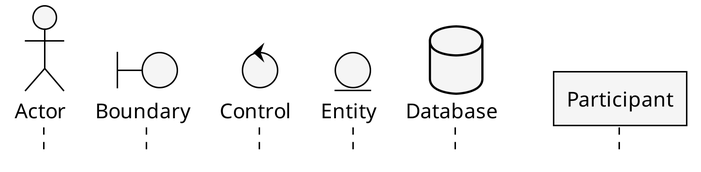
Before: sequence-diagram-01.png, a diagram exported from PlantUML (spiegel-im-spiegel/plantuml-sample). Its source is kept beside it as sequence-diagram-01.puml.
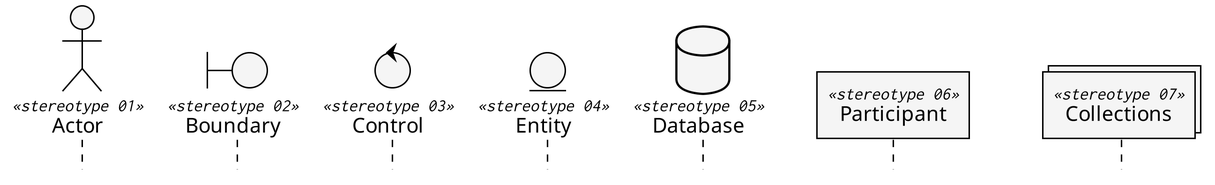
After the change.

What changed in the source:
```diff
@@ -1,10 +1,11 @@
 @startuml
 
-actor Actor
-boundary Boundary
-control Control
-entity Entity
-database Database
-participant Participant
+actor Actor <<stereotype 01>>
+boundary Boundary <<stereotype 02>>
+control Control <<stereotype 03>>
+entity Entity <<stereotype 04>>
+database Database <<stereotype 05>>
+participant Participant <<stereotype 06>>
+collections Collections <<stereotype 07>>
 
 @enduml
```
